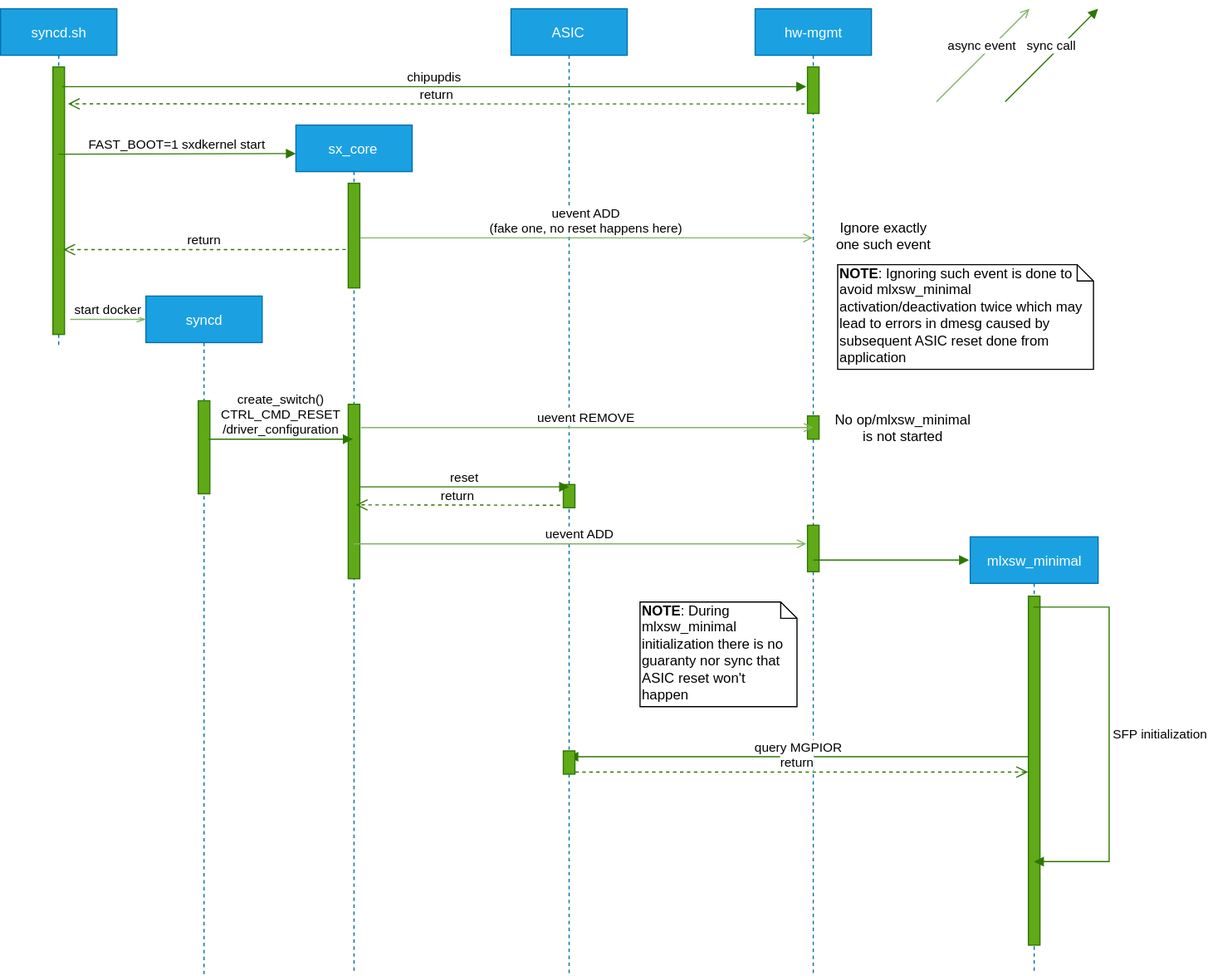
Earlier version of the draw.io export doc/mlnx_only_doc/hw-mgmt-sxcore-fast-boot.svg (stepanblyschak/SONiC). Source tidied: cells renumbered, new cells last; positions are measured from the earlier drawing's top-left corner, leaving out a move shared by most shapes.
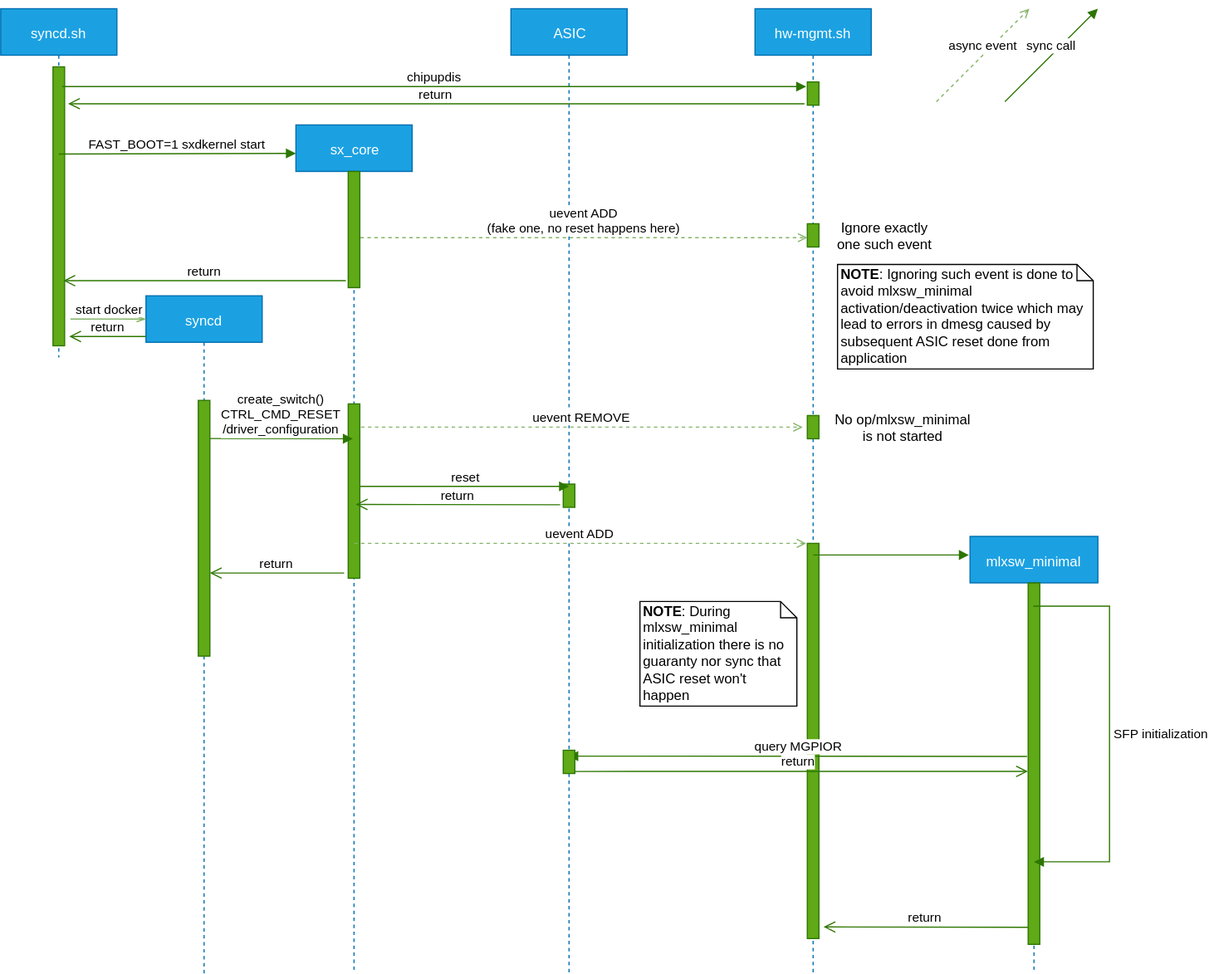
Above is the later version.

The edit, as a diff of the source:
```diff
@@ -3,10 +3,10 @@
     <mxCell id="0" />
     <mxCell id="1" parent="0" />
     <mxCell id="2" value="syncd.sh" style="shape=umlLifeline;perimeter=lifelinePerimeter;whiteSpace=wrap;html=1;fillColor=#1ba1e2;strokeColor=#006EAF;fontColor=#ffffff;" parent="1" vertex="1">
-      <mxGeometry width="100" height="290" as="geometry" />
+      <mxGeometry width="100" height="300" as="geometry" />
     </mxCell>
     <mxCell id="3" style="html=1;points=[];perimeter=orthogonalPerimeter;fillColor=#60a917;strokeColor=#2D7600;fontColor=#ffffff;" parent="2" vertex="1">
-      <mxGeometry x="45" y="50" width="10" height="230" as="geometry" />
+      <mxGeometry x="45" y="50" width="10" height="240" as="geometry" />
     </mxCell>
     <mxCell id="4" value="FAST_BOOT=1 sxdkernel start" style="html=1;verticalAlign=bottom;endArrow=block;entryX=0;entryY=0.026;entryDx=0;entryDy=0;entryPerimeter=0;fillColor=#60a917;strokeColor=#2D7600;" parent="2" edge="1">
       <mxGeometry relative="1" as="geometry">
@@ -20,14 +20,14 @@
     <mxCell id="6" style="html=1;perimeter=orthogonalPerimeter;fillColor=#60a917;strokeColor=#2D7600;fontColor=#ffffff;" parent="5" vertex="1">
       <mxGeometry x="45" y="409" width="10" height="20" as="geometry" />
     </mxCell>
-    <mxCell id="7" value="hw-mgmt" style="shape=umlLifeline;perimeter=lifelinePerimeter;whiteSpace=wrap;html=1;fillColor=#1ba1e2;strokeColor=#006EAF;fontColor=#ffffff;" parent="1" vertex="1">
+    <mxCell id="7" value="hw-mgmt.sh" style="shape=umlLifeline;perimeter=lifelinePerimeter;whiteSpace=wrap;html=1;fillColor=#1ba1e2;strokeColor=#006EAF;fontColor=#ffffff;" parent="1" vertex="1">
       <mxGeometry x="649" width="100" height="830" as="geometry" />
     </mxCell>
     <mxCell id="8" style="html=1;perimeter=orthogonalPerimeter;fillColor=#60a917;strokeColor=#2D7600;fontColor=#ffffff;" parent="7" vertex="1">
-      <mxGeometry x="45" y="444" width="10" height="40" as="geometry" />
+      <mxGeometry x="45" y="460" width="10" height="340" as="geometry" />
     </mxCell>
     <mxCell id="9" style="html=1;perimeter=orthogonalPerimeter;fillColor=#60a917;strokeColor=#2D7600;fontColor=#ffffff;" parent="7" vertex="1">
-      <mxGeometry x="45" y="50" width="10" height="40" as="geometry" />
+      <mxGeometry x="45" y="63" width="10" height="20" as="geometry" />
     </mxCell>
     <mxCell id="10" style="html=1;perimeter=orthogonalPerimeter;fillColor=#60a917;strokeColor=#2D7600;fontColor=#ffffff;" parent="7" vertex="1">
       <mxGeometry x="45" y="350" width="10" height="20" as="geometry" />
@@ -36,7 +36,7 @@
       <mxGeometry x="254" y="100" width="100" height="730" as="geometry" />
     </mxCell>
     <mxCell id="12" style="html=1;perimeter=orthogonalPerimeter;fillColor=#60a917;strokeColor=#2D7600;fontColor=#ffffff;" parent="11" vertex="1">
-      <mxGeometry x="45" y="50" width="10" height="90" as="geometry" />
+      <mxGeometry x="45" y="40" width="10" height="100" as="geometry" />
     </mxCell>
     <mxCell id="13" style="html=1;perimeter=orthogonalPerimeter;fillColor=#60a917;strokeColor=#2D7600;fontColor=#ffffff;" parent="11" vertex="1">
       <mxGeometry x="45" y="240" width="10" height="150" as="geometry" />
@@ -45,18 +45,12 @@
       <mxGeometry x="834" y="454" width="110" height="376" as="geometry" />
     </mxCell>
     <mxCell id="15" style="html=1;points=[];perimeter=orthogonalPerimeter;fillColor=#60a917;strokeColor=#2D7600;fontColor=#ffffff;" parent="14" vertex="1">
-      <mxGeometry x="50" y="51" width="10" height="300" as="geometry" />
+      <mxGeometry x="50" y="40" width="10" height="311" as="geometry" />
     </mxCell>
-    <mxCell id="16" value="uevent ADD&lt;br&gt;(fake one, no reset happens here)" style="html=1;verticalAlign=bottom;endArrow=open;endFill=0;fillColor=#d5e8d4;strokeColor=#82b366;" parent="1" edge="1">
-      <mxGeometry relative="1" as="geometry">
-        <mxPoint x="309.5" y="197" as="sourcePoint" />
-        <mxPoint x="698.5" y="197" as="targetPoint" />
-      </mxGeometry>
-    </mxCell>
     <mxCell id="17" style="html=1;verticalAlign=bottom;endArrow=block;fillColor=#60a917;strokeColor=#2D7600;" parent="1" edge="1">
       <mxGeometry relative="1" as="geometry">
-        <mxPoint x="699" y="474" as="sourcePoint" />
-        <mxPoint x="833" y="474" as="targetPoint" />
+        <mxPoint x="699" y="470" as="sourcePoint" />
+        <mxPoint x="833" y="470" as="targetPoint" />
       </mxGeometry>
     </mxCell>
     <mxCell id="18" value="SFP initialization" style="edgeStyle=orthogonalEdgeStyle;html=1;align=left;spacingLeft=2;endArrow=block;rounded=0;fillColor=#60a917;strokeColor=#2D7600;" parent="1" edge="1" source="14">
@@ -68,7 +62,7 @@
         </Array>
       </mxGeometry>
     </mxCell>
-    <mxCell id="19" value="query MGPIOR" style="html=1;verticalAlign=bottom;endArrow=block;exitX=0;exitY=0.46;exitDx=0;exitDy=0;exitPerimeter=0;fillColor=#60a917;strokeColor=#2D7600;" parent="1" edge="1" source="15">
+    <mxCell id="19" value="query MGPIOR" style="html=1;verticalAlign=bottom;endArrow=block;fillColor=#60a917;strokeColor=#2D7600;exitX=-0.1;exitY=0.48;exitDx=0;exitDy=0;exitPerimeter=0;" parent="1" edge="1" source="15">
       <mxGeometry relative="1" as="geometry">
         <mxPoint x="488.3" y="643" as="targetPoint" />
       </mxGeometry>
@@ -80,14 +74,14 @@
       <mxGeometry x="125" y="247" width="100" height="583" as="geometry" />
     </mxCell>
     <mxCell id="22" style="html=1;points=[];perimeter=orthogonalPerimeter;fillColor=#60a917;strokeColor=#2D7600;fontColor=#ffffff;" parent="21" vertex="1">
-      <mxGeometry x="45" y="90" width="10" height="80" as="geometry" />
+      <mxGeometry x="45" y="90" width="10" height="220" as="geometry" />
     </mxCell>
-    <mxCell id="23" value="create_switch()&lt;br&gt;CTRL_CMD_RESET&lt;br&gt;/driver_configuration" style="html=1;verticalAlign=bottom;endArrow=block;exitX=0.9;exitY=0.413;exitDx=0;exitDy=0;exitPerimeter=0;fillColor=#60a917;strokeColor=#2D7600;" parent="1" edge="1" source="22">
+    <mxCell id="23" value="create_switch()&lt;br&gt;CTRL_CMD_RESET&lt;br&gt;/driver_configuration" style="html=1;verticalAlign=bottom;endArrow=block;exitX=0.983;exitY=0.149;exitDx=0;exitDy=0;exitPerimeter=0;fillColor=#60a917;strokeColor=#2D7600;" parent="1" edge="1" source="22">
       <mxGeometry relative="1" as="geometry">
         <mxPoint x="303" y="370" as="targetPoint" />
       </mxGeometry>
     </mxCell>
-    <mxCell id="24" value="async event" style="html=1;verticalAlign=bottom;endArrow=open;endFill=0;fillColor=#d5e8d4;strokeColor=#82b366;" parent="1" edge="1">
+    <mxCell id="24" value="async event" style="html=1;verticalAlign=bottom;endArrow=open;endFill=0;fillColor=#d5e8d4;strokeColor=#82b366;dashed=1;" parent="1" edge="1">
       <mxGeometry relative="1" as="geometry">
         <mxPoint x="805" y="80" as="sourcePoint" />
         <mxPoint x="885" as="targetPoint" />
@@ -105,12 +99,13 @@
         <mxPoint x="125" y="267" as="targetPoint" />
       </mxGeometry>
     </mxCell>
-    <mxCell id="27" value="return" style="html=1;verticalAlign=bottom;endArrow=open;dashed=1;endSize=8;fillColor=#60a917;strokeColor=#2D7600;entryX=0.9;entryY=0.683;entryDx=0;entryDy=0;entryPerimeter=0;" parent="1" edge="1" target="3">
+    <mxCell id="27" value="return" style="html=1;verticalAlign=bottom;endArrow=open;endSize=8;fillColor=#60a917;strokeColor=#2D7600;" parent="1" edge="1">
       <mxGeometry relative="1" as="geometry">
-        <mxPoint x="297" y="207" as="sourcePoint" />
+        <mxPoint x="297" y="234" as="sourcePoint" />
+        <mxPoint x="54" y="234" as="targetPoint" />
       </mxGeometry>
     </mxCell>
-    <mxCell id="28" value="return" style="html=1;verticalAlign=bottom;endArrow=open;dashed=1;endSize=8;fillColor=#60a917;strokeColor=#2D7600;entryX=-0.024;entryY=0.514;entryDx=0;entryDy=0;entryPerimeter=0;" parent="1" edge="1">
+    <mxCell id="28" value="return" style="html=1;verticalAlign=bottom;endArrow=open;endSize=8;fillColor=#60a917;strokeColor=#2D7600;entryX=-0.024;entryY=0.514;entryDx=0;entryDy=0;entryPerimeter=0;" parent="1" edge="1">
       <mxGeometry relative="1" as="geometry">
         <mxPoint x="488.3" y="656.2" as="sourcePoint" />
         <mxPoint x="883.8" y="656.2" as="targetPoint" />
@@ -125,7 +120,7 @@
         <mxPoint x="489" y="411" as="targetPoint" />
       </mxGeometry>
     </mxCell>
-    <mxCell id="31" value="return" style="html=1;verticalAlign=bottom;endArrow=open;dashed=1;endSize=8;exitX=0.468;exitY=0.21;exitDx=0;exitDy=0;exitPerimeter=0;fillColor=#60a917;strokeColor=#2D7600;" parent="1" edge="1">
+    <mxCell id="31" value="return" style="html=1;verticalAlign=bottom;endArrow=open;endSize=8;exitX=0.468;exitY=0.21;exitDx=0;exitDy=0;exitPerimeter=0;fillColor=#60a917;strokeColor=#2D7600;" parent="1" edge="1">
       <mxGeometry relative="1" as="geometry">
         <mxPoint x="481.3" y="426.8" as="sourcePoint" />
         <mxPoint x="305.5" y="426.5" as="targetPoint" />
@@ -134,7 +129,7 @@
     <mxCell id="32" value="Ignore exactly&lt;br&gt;one such event" style="text;html=1;align=center;verticalAlign=middle;" parent="1" vertex="1">
       <mxGeometry x="710" y="180" width="100" height="30" as="geometry" />
     </mxCell>
-    <mxCell id="33" value="uevent ADD" style="html=1;verticalAlign=bottom;endArrow=open;endFill=0;fillColor=#d5e8d4;strokeColor=#82b366;" parent="1" edge="1">
+    <mxCell id="33" value="uevent ADD" style="html=1;verticalAlign=bottom;endArrow=open;endFill=0;fillColor=#d5e8d4;strokeColor=#82b366;dashed=1;" parent="1" edge="1">
       <mxGeometry relative="1" as="geometry">
         <mxPoint x="304" y="460" as="sourcePoint" />
         <mxPoint x="693" y="460" as="targetPoint" />
@@ -146,7 +141,7 @@
         <mxPoint x="693" y="67" as="targetPoint" />
       </mxGeometry>
     </mxCell>
-    <mxCell id="35" value="return" style="html=1;verticalAlign=bottom;endArrow=open;dashed=1;endSize=8;fillColor=#60a917;strokeColor=#2D7600;entryX=1.5;entryY=0.112;entryDx=0;entryDy=0;entryPerimeter=0;exitX=-0.043;exitY=0.646;exitDx=0;exitDy=0;exitPerimeter=0;" parent="1" edge="1">
+    <mxCell id="35" value="return" style="html=1;verticalAlign=bottom;endArrow=open;endSize=8;fillColor=#60a917;strokeColor=#2D7600;entryX=1.5;entryY=0.112;entryDx=0;entryDy=0;entryPerimeter=0;exitX=-0.043;exitY=0.646;exitDx=0;exitDy=0;exitPerimeter=0;" parent="1" edge="1">
       <mxGeometry relative="1" as="geometry">
         <mxPoint x="691.6" y="81.8" as="sourcePoint" />
         <mxPoint x="58" y="81.8" as="targetPoint" />
@@ -155,14 +150,39 @@
     <mxCell id="36" value="&lt;b&gt;NOTE&lt;/b&gt;: Ignoring such event is done to avoid mlxsw_minimal activation/deactivation twice which may lead to errors in dmesg caused by subsequent ASIC reset done from application" style="shape=note;whiteSpace=wrap;html=1;size=14;verticalAlign=top;align=left;spacingTop=-6;" parent="1" vertex="1">
       <mxGeometry x="720" y="220" width="220" height="90" as="geometry" />
     </mxCell>
-    <mxCell id="37" value="uevent REMOVE" style="html=1;verticalAlign=bottom;endArrow=open;endFill=0;fillColor=#d5e8d4;strokeColor=#82b366;" parent="1" edge="1">
+    <mxCell id="37" value="uevent REMOVE" style="html=1;verticalAlign=bottom;endArrow=open;endFill=0;fillColor=#d5e8d4;strokeColor=#82b366;dashed=1;" parent="1" edge="1">
       <mxGeometry relative="1" as="geometry">
         <mxPoint x="310" y="360" as="sourcePoint" />
-        <mxPoint x="699" y="360" as="targetPoint" />
+        <mxPoint x="690" y="360" as="targetPoint" />
       </mxGeometry>
     </mxCell>
     <mxCell id="38" value="No op/mlxsw_minimal&lt;br&gt;is not started" style="text;html=1;align=center;verticalAlign=middle;" parent="1" vertex="1">
       <mxGeometry x="711.5" y="345" width="130" height="30" as="geometry" />
     </mxCell>
+    <mxCell id="39" value="return" style="html=1;verticalAlign=bottom;endArrow=open;endSize=8;exitX=0.468;exitY=0.21;exitDx=0;exitDy=0;exitPerimeter=0;fillColor=#60a917;strokeColor=#2D7600;" parent="1" edge="1">
+      <mxGeometry relative="1" as="geometry">
+        <mxPoint x="883.8" y="790.3" as="sourcePoint" />
+        <mxPoint x="708" y="790" as="targetPoint" />
+      </mxGeometry>
+    </mxCell>
+    <mxCell id="40" style="html=1;points=[];perimeter=orthogonalPerimeter;fillColor=#60a917;strokeColor=#2D7600;fontColor=#ffffff;" parent="1" vertex="1">
+      <mxGeometry x="694" y="185" width="10" height="20" as="geometry" />
+    </mxCell>
+    <mxCell id="16" value="uevent ADD&lt;br&gt;(fake one, no reset happens here)" style="html=1;verticalAlign=bottom;endArrow=open;endFill=0;fillColor=#d5e8d4;strokeColor=#82b366;dashed=1;" parent="1" edge="1" target="40">
+      <mxGeometry relative="1" as="geometry">
+        <mxPoint x="309.5" y="197" as="sourcePoint" />
+      </mxGeometry>
+    </mxCell>
+    <mxCell id="41" value="return" style="html=1;verticalAlign=bottom;endArrow=open;endSize=8;fillColor=#60a917;strokeColor=#2D7600;" parent="1" edge="1" target="22">
+      <mxGeometry relative="1" as="geometry">
+        <mxPoint x="295.5" y="485.5" as="sourcePoint" />
+      </mxGeometry>
+    </mxCell>
+    <mxCell id="42" value="return" style="html=1;verticalAlign=bottom;endArrow=open;endSize=8;fillColor=#60a917;strokeColor=#2D7600;" parent="1" edge="1">
+      <mxGeometry relative="1" as="geometry">
+        <mxPoint x="125" y="282" as="sourcePoint" />
+        <mxPoint x="59" y="282" as="targetPoint" />
+      </mxGeometry>
+    </mxCell>
   </root>
 </mxGraphModel>
```
